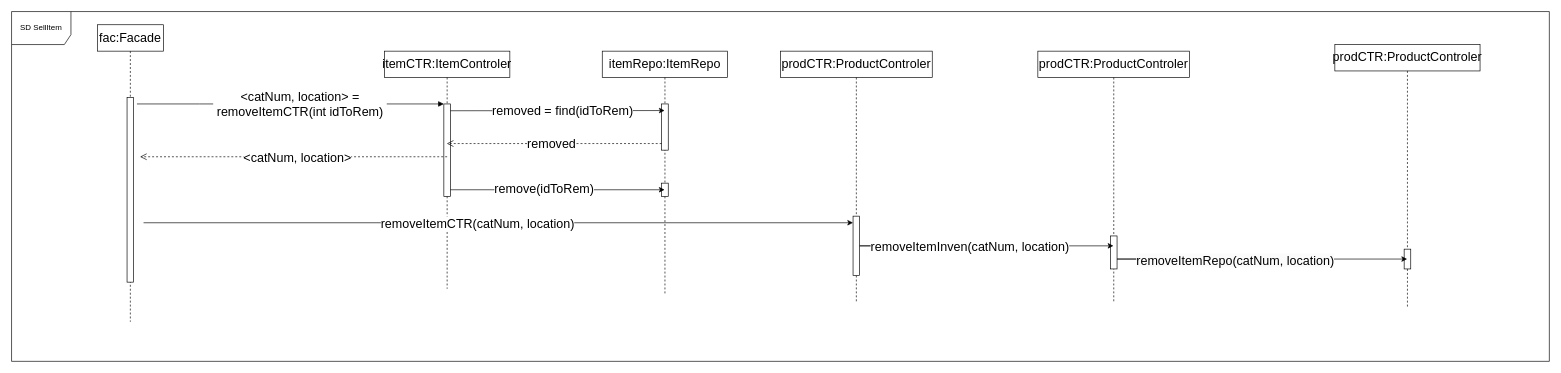
Before: docs/SellItemSeqDiagram.drawio in NatallieMirelashvili/ADSS_Group_E, a draw.io diagram. Source tidied: cells renumbered, new cells numbered last; positions are measured from the earlier drawing's top-left corner, leaving out a move shared by most shapes. Both pictures are drawn from the tidied source at 66%, with x=0, y=0 at pixel (11, 11).
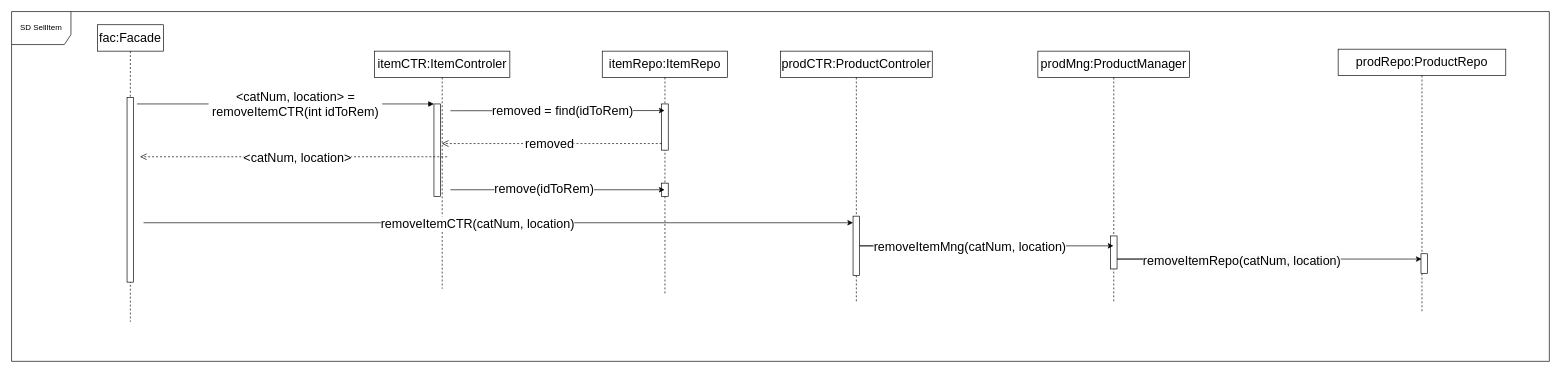
The same diagram, later.

The change refers to these unchanged cells:
```xml
<mxCell id="23" style="edgeStyle=elbowEdgeStyle;rounded=0;jettySize=auto;html=1;elbow=vertical;curved=0;fontSize=19;" parent="1" edge="1" target="21">
  <mxGeometry relative="1" as="geometry">
    <mxPoint x="1305" y="355" as="sourcePoint" />
    <Array as="points">
      <mxPoint x="1285" y="355" />
    </Array>
  </mxGeometry>
</mxCell>
```

The edit, as a diff of the source:
```diff
@@
     <mxCell id="2" value="itemCTR:ItemControler" style="shape=umlLifeline;perimeter=lifelinePerimeter;whiteSpace=wrap;html=1;outlineConnect=0;portConstraint=eastwest;newEdgeStyle={&quot;edgeStyle&quot;:&quot;elbowEdgeStyle&quot;,&quot;elbow&quot;:&quot;vertical&quot;,&quot;curved&quot;:0,&quot;rounded&quot;:0};fontSize=19;" parent="1" vertex="1">
-      <mxGeometry x="565" y="60" width="190" height="360" as="geometry" />
+      <mxGeometry x="550" y="60" width="205" height="360" as="geometry" />
     </mxCell>
@@
-    <mxCell id="21" value="prodCTR:ProductControler" style="shape=umlLifeline;perimeter=lifelinePerimeter;whiteSpace=wrap;html=1;outlineConnect=0;portConstraint=eastwest;newEdgeStyle={&quot;edgeStyle&quot;:&quot;elbowEdgeStyle&quot;,&quot;elbow&quot;:&quot;vertical&quot;,&quot;curved&quot;:0,&quot;rounded&quot;:0};fontSize=19;" parent="1" vertex="1">
+    <mxCell id="21" value="prodMng:ProductManager" style="shape=umlLifeline;perimeter=lifelinePerimeter;whiteSpace=wrap;html=1;outlineConnect=0;portConstraint=eastwest;newEdgeStyle={&quot;edgeStyle&quot;:&quot;elbowEdgeStyle&quot;,&quot;elbow&quot;:&quot;vertical&quot;,&quot;curved&quot;:0,&quot;rounded&quot;:0};fontSize=19;" parent="1" vertex="1">
       <mxGeometry x="1555" y="60" width="230" height="380" as="geometry" />
     </mxCell>
@@
-    <mxCell id="24" value="removeItemInven(catNum, location)" style="edgeLabel;html=1;align=center;verticalAlign=middle;fontSize=19;" parent="23" vertex="1">
+    <mxCell id="24" value="removeItemMng(catNum, location)" style="edgeLabel;html=1;align=center;verticalAlign=middle;fontSize=19;" parent="23" vertex="1">
       <mxGeometry x="-0.08" y="-1" relative="1" as="geometry" />
     </mxCell>
-    <mxCell id="25" value="prodCTR:ProductControler" style="shape=umlLifeline;perimeter=lifelinePerimeter;whiteSpace=wrap;html=1;outlineConnect=0;portConstraint=eastwest;newEdgeStyle={&quot;edgeStyle&quot;:&quot;elbowEdgeStyle&quot;,&quot;elbow&quot;:&quot;vertical&quot;,&quot;curved&quot;:0,&quot;rounded&quot;:0};fontSize=19;" parent="1" vertex="1">
-      <mxGeometry x="2005" y="50" width="220" height="400" as="geometry" />
+    <mxCell id="25" value="prodRepo:ProductRepo" style="shape=umlLifeline;perimeter=lifelinePerimeter;whiteSpace=wrap;html=1;outlineConnect=0;portConstraint=eastwest;newEdgeStyle={&quot;edgeStyle&quot;:&quot;elbowEdgeStyle&quot;,&quot;elbow&quot;:&quot;vertical&quot;,&quot;curved&quot;:0,&quot;rounded&quot;:0};fontSize=19;" parent="1" vertex="1">
+      <mxGeometry x="2010" y="57" width="254" height="400" as="geometry" />
     </mxCell>
     <mxCell id="26" style="html=1;perimeter=orthogonalPerimeter;targetShapes=umlLifeline;newEdgeStyle={&quot;edgeStyle&quot;:&quot;elbowEdgeStyle&quot;,&quot;elbow&quot;:&quot;vertical&quot;,&quot;curved&quot;:0,&quot;rounded&quot;:0};fontSize=19;" parent="25" vertex="1">
-      <mxGeometry x="105" y="310" width="10" height="30" as="geometry" />
+      <mxGeometry x="125.5" y="310" width="10" height="30" as="geometry" />
     </mxCell>
```
